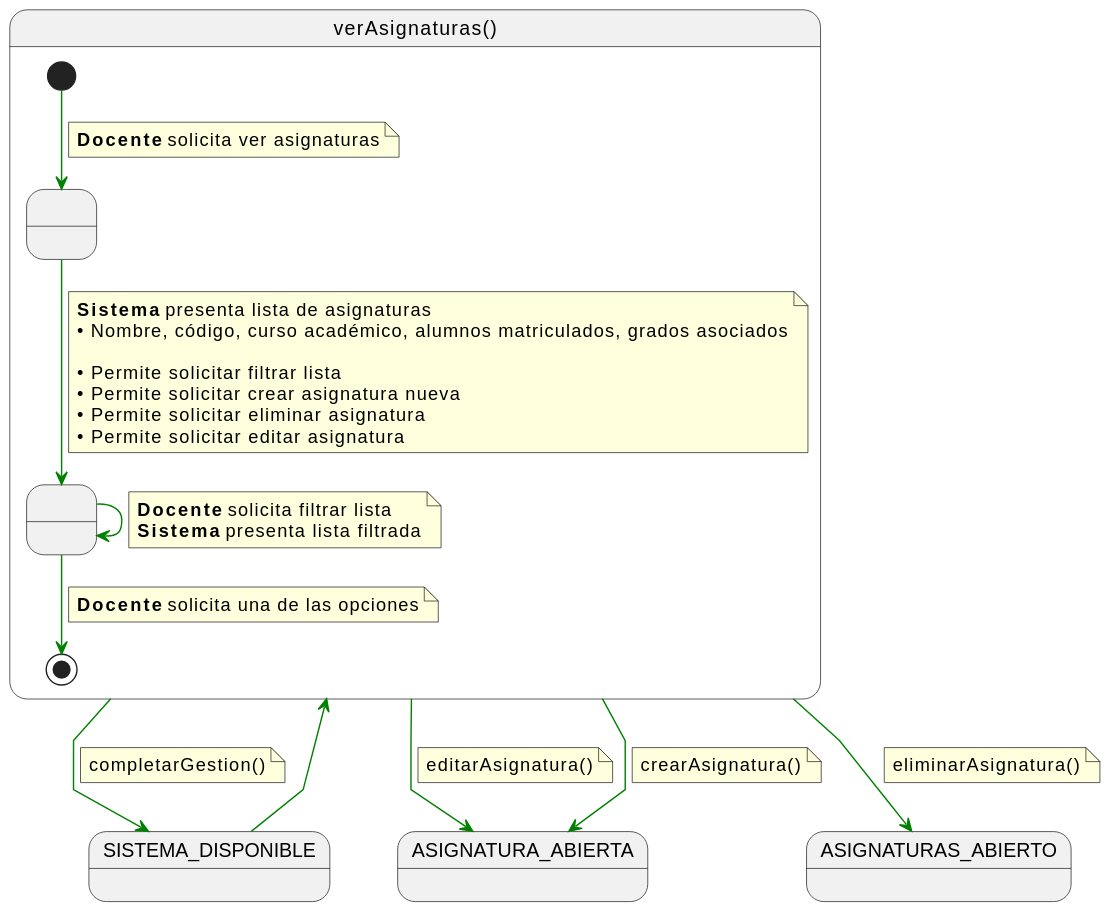
Earlier version of the PlantUML export documents/casos-de-uso/detalladoCasosDeUso/verAsignaturas/verAsignaturas.svg (martinlopez7/25-26-IdSw1-SdR).
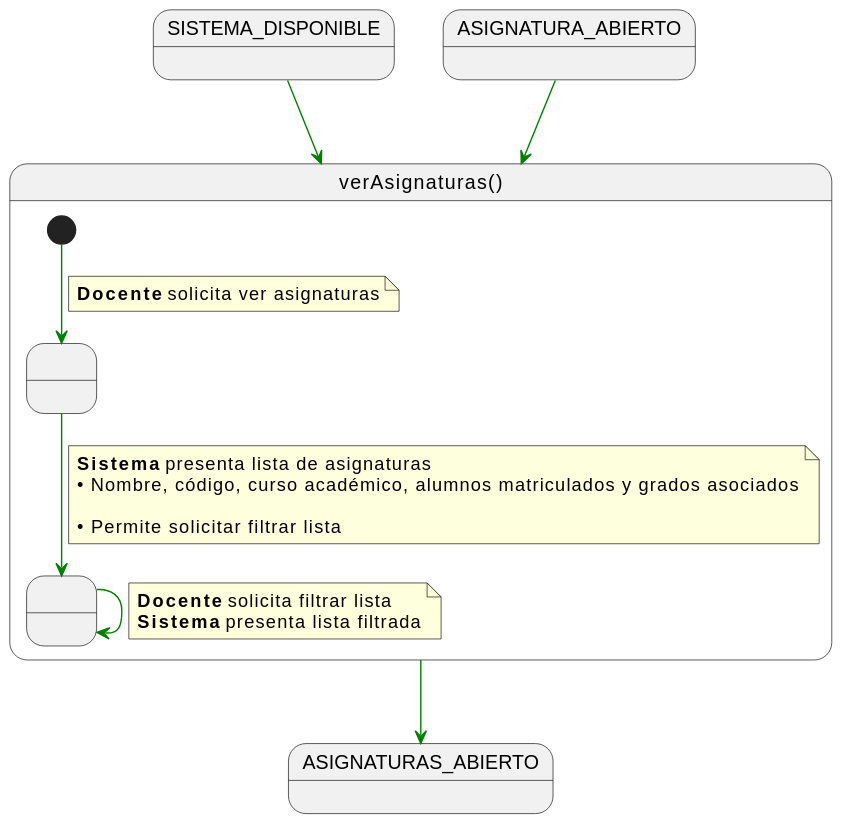
After the change.

What changed in the source:
```diff
@@ -14,12 +14,9 @@
     MostrandoAsignaturas -[#green]-> FiltrandoAsignaturas
     note on link
     <b>Sistema</b> presenta lista de asignaturas
-    • Nombre, código, curso académico, alumnos matriculados, grados asociados
+    • Nombre, código, curso académico, alumnos matriculados y grados asociados
 
     • Permite solicitar filtrar lista
-    • Permite solicitar crear asignatura nueva
-    • Permite solicitar eliminar asignatura
-    • Permite solicitar editar asignatura
     end note
 
     FiltrandoAsignaturas -[#green]-> FiltrandoAsignaturas
@@ -27,32 +24,11 @@
     <b>Docente</b> solicita filtrar lista
     <b>Sistema</b> presenta lista filtrada
     end note
-
-    FiltrandoAsignaturas -[#green]-> [*]
-    note on link
-    <b>Docente</b> solicita una de las opciones
-    end note
 }
 
 SISTEMA_DISPONIBLE -[#green]-> verAsignaturas
 
-verAsignaturas -[#green]-> ASIGNATURA_ABIERTA
-note on link
-editarAsignatura()
-end note
-
-verAsignaturas -[#green]-> ASIGNATURA_ABIERTA
-note on link
-crearAsignatura()
-end note
+ASIGNATURA_ABIERTO -[#green]-> verAsignaturas
 
 verAsignaturas -[#green]-> ASIGNATURAS_ABIERTO
-note on link
-eliminarAsignatura()
-end note
-
-verAsignaturas -[#green]-> SISTEMA_DISPONIBLE
-note on link
-completarGestion()
-end note
 @enduml
```
